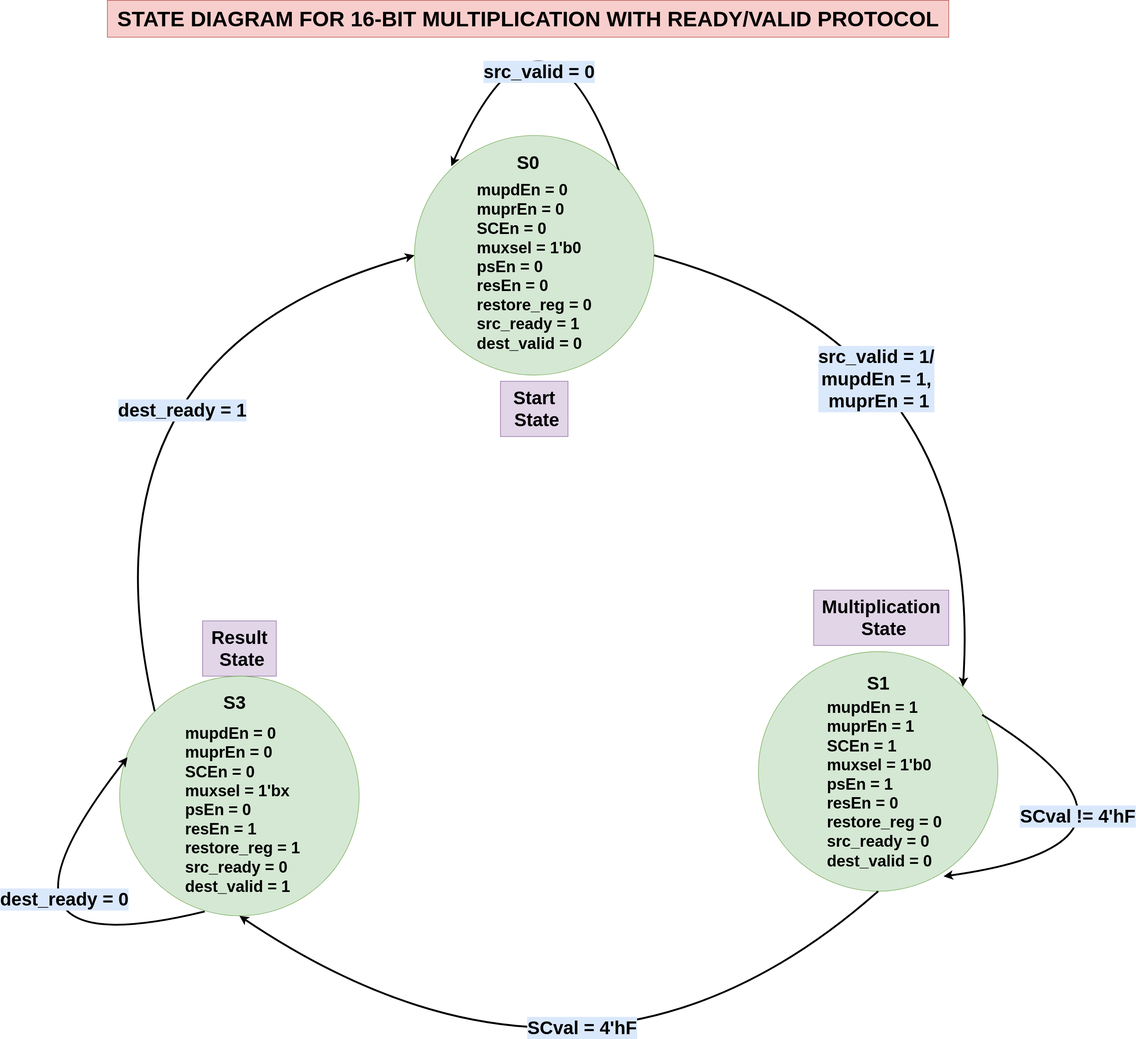
Earlier version of the draw.io export Mujtaba/Multiplier_w_RV_Protocol/docs/state_diagram.drawio.svg (medsuet/Xcelerium-IC-Design-Training). Source tidied: cells renumbered, new cells last; positions are measured from the earlier drawing's top-left corner, leaving out a move shared by most shapes.
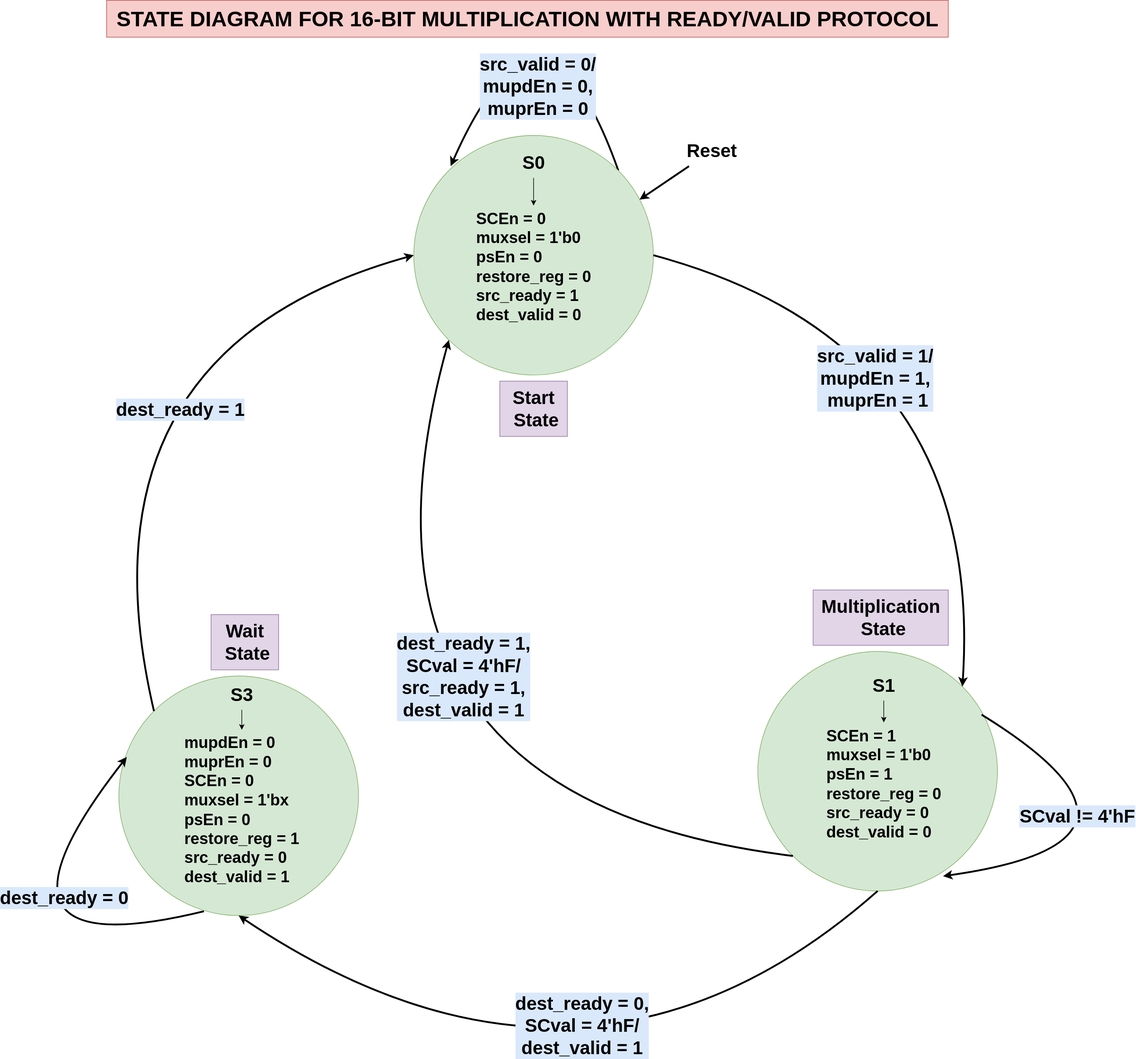
After the commit.

Commit message:
Optimized Code of Multiplier with Ready/Val Protocol

The edit, as a diff of the source:
```diff
@@ -8,10 +8,10 @@
     <mxCell id="3" value="&lt;div style=&quot;font-size: 30px;&quot;&gt;&lt;font style=&quot;font-size: 30px;&quot;&gt;&lt;b&gt;&lt;font style=&quot;font-size: 30px;&quot;&gt;Multiplication&lt;/font&gt;&lt;/b&gt;&lt;/font&gt;&lt;/div&gt;&lt;div style=&quot;font-size: 30px;&quot;&gt;&lt;font style=&quot;font-size: 30px;&quot;&gt;&lt;b&gt;&lt;font style=&quot;font-size: 30px;&quot;&gt;&amp;nbsp;State&lt;/font&gt;&lt;/b&gt;&lt;/font&gt;&lt;/div&gt;" style="text;html=1;align=center;verticalAlign=middle;strokeColor=#9673a6;fillColor=#e1d5e7;" parent="1" vertex="1">
       <mxGeometry x="1390" y="1201" width="220" height="90" as="geometry" />
     </mxCell>
-    <mxCell id="4" value="&lt;div style=&quot;font-size: 30px;&quot;&gt;&lt;font style=&quot;font-size: 30px;&quot;&gt;&lt;b&gt;&lt;font style=&quot;font-size: 30px;&quot;&gt;Result&lt;/font&gt;&lt;/b&gt;&lt;/font&gt;&lt;/div&gt;&lt;div style=&quot;font-size: 30px;&quot;&gt;&lt;font style=&quot;font-size: 30px;&quot;&gt;&lt;b&gt;&lt;font style=&quot;font-size: 30px;&quot;&gt;&amp;nbsp;State&lt;/font&gt;&lt;/b&gt;&lt;/font&gt;&lt;/div&gt;" style="text;html=1;align=center;verticalAlign=middle;strokeColor=#9673a6;fillColor=#e1d5e7;" parent="1" vertex="1">
-      <mxGeometry x="395" y="1251" width="120" height="90" as="geometry" />
+    <mxCell id="4" value="&lt;div style=&quot;font-size: 30px;&quot;&gt;&lt;font style=&quot;font-size: 30px;&quot;&gt;&lt;b&gt;&lt;font style=&quot;font-size: 30px;&quot;&gt;Wait&lt;/font&gt;&lt;/b&gt;&lt;/font&gt;&lt;/div&gt;&lt;div style=&quot;font-size: 30px;&quot;&gt;&lt;font style=&quot;font-size: 30px;&quot;&gt;&lt;b&gt;&lt;font style=&quot;font-size: 30px;&quot;&gt;&amp;nbsp;State&lt;/font&gt;&lt;/b&gt;&lt;/font&gt;&lt;/div&gt;" style="text;html=1;align=center;verticalAlign=middle;strokeColor=#9673a6;fillColor=#e1d5e7;" parent="1" vertex="1">
+      <mxGeometry x="410" y="1241" width="110" height="90" as="geometry" />
     </mxCell>
-    <mxCell id="5" style="rounded=0;jettySize=auto;html=1;exitX=0.5;exitY=0;exitDx=0;exitDy=0;entryX=1;entryY=1;entryDx=0;entryDy=0;curved=1;" parent="1" edge="1" source="x">
+    <mxCell id="5" style="rounded=0;orthogonalLoop=1;jettySize=auto;html=1;exitX=0.5;exitY=0;exitDx=0;exitDy=0;entryX=1;entryY=1;entryDx=0;entryDy=0;curved=1;" parent="1" edge="1">
       <mxGeometry relative="1" as="geometry">
         <mxPoint x="1358.3" y="0.3" as="targetPoint" />
         <Array as="points">
@@ -25,11 +25,14 @@
     <mxCell id="7" style="ellipse;whiteSpace=wrap;html=1;fillColor=#d5e8d4;strokeColor=#82b366;" parent="6" vertex="1">
       <mxGeometry width="390" height="390" as="geometry" />
     </mxCell>
+    <mxCell id="33" style="edgeStyle=orthogonalEdgeStyle;rounded=0;jettySize=auto;html=1;" parent="6" edge="1" source="8" target="9">
+      <mxGeometry relative="1" as="geometry" />
+    </mxCell>
     <mxCell id="8" value="&lt;font size=&quot;1&quot;&gt;&lt;b&gt;&lt;font style=&quot;font-size: 30px;&quot;&gt;S1&lt;/font&gt;&lt;/b&gt;&lt;/font&gt;" style="text;html=1;align=center;verticalAlign=middle;points=[];strokeColor=none;fillColor=none;" parent="6" vertex="1">
-      <mxGeometry x="165" y="26" width="60" height="50" as="geometry" />
+      <mxGeometry x="175" y="30" width="60" height="50" as="geometry" />
     </mxCell>
-    <mxCell id="9" value="&lt;div style=&quot;font-size: 26px;&quot; align=&quot;left&quot;&gt;&lt;font style=&quot;font-size: 26px;&quot;&gt;&lt;b&gt;mupdEn = 1&lt;/b&gt;&lt;br&gt;&lt;/font&gt;&lt;/div&gt;&lt;div style=&quot;font-size: 26px;&quot; align=&quot;left&quot;&gt;&lt;font style=&quot;font-size: 26px;&quot;&gt;&lt;b&gt;muprEn = 1&lt;br&gt;&lt;/b&gt;&lt;/font&gt;&lt;/div&gt;&lt;div style=&quot;font-size: 26px;&quot; align=&quot;left&quot;&gt;&lt;font style=&quot;font-size: 26px;&quot;&gt;&lt;b&gt;SCEn = 1&lt;br&gt;&lt;/b&gt;&lt;/font&gt;&lt;/div&gt;&lt;div style=&quot;font-size: 26px;&quot; align=&quot;left&quot;&gt;&lt;font style=&quot;font-size: 26px;&quot;&gt;&lt;b&gt;muxsel = 1'b0&lt;/b&gt;&lt;br&gt;&lt;/font&gt;&lt;/div&gt;&lt;div style=&quot;font-size: 26px;&quot; align=&quot;left&quot;&gt;&lt;font style=&quot;font-size: 26px;&quot;&gt;&lt;b&gt;psEn = 1&lt;/b&gt;&lt;br&gt;&lt;b&gt;resEn = 0&lt;/b&gt;&lt;br&gt;&lt;b&gt;restore_reg = 0&lt;/b&gt;&lt;br&gt;&lt;b&gt;src_ready = 0&lt;br&gt;&lt;/b&gt;&lt;/font&gt;&lt;/div&gt;&lt;div style=&quot;font-size: 26px;&quot; align=&quot;left&quot;&gt;&lt;font style=&quot;font-size: 26px;&quot;&gt;&lt;b&gt;dest_valid = 0&lt;br&gt;&lt;/b&gt;&lt;/font&gt;&lt;/div&gt;" style="text;html=1;align=center;verticalAlign=middle;points=[];" parent="6" vertex="1">
-      <mxGeometry x="100" y="70.5" width="210" height="290" as="geometry" />
+    <mxCell id="9" value="&lt;div style=&quot;font-size: 26px;&quot; align=&quot;left&quot;&gt;&lt;font style=&quot;font-size: 26px;&quot;&gt;&lt;b&gt;SCEn = 1&lt;br&gt;&lt;/b&gt;&lt;/font&gt;&lt;/div&gt;&lt;div style=&quot;font-size: 26px;&quot; align=&quot;left&quot;&gt;&lt;font style=&quot;font-size: 26px;&quot;&gt;&lt;b&gt;muxsel = 1'b0&lt;/b&gt;&lt;br&gt;&lt;/font&gt;&lt;/div&gt;&lt;div style=&quot;font-size: 26px;&quot; align=&quot;left&quot;&gt;&lt;font style=&quot;font-size: 26px;&quot;&gt;&lt;b&gt;psEn = 1&lt;/b&gt;&lt;br&gt;&lt;b&gt;restore_reg = 0&lt;/b&gt;&lt;br&gt;&lt;b&gt;src_ready = 0&lt;br&gt;&lt;/b&gt;&lt;/font&gt;&lt;/div&gt;&lt;div style=&quot;font-size: 26px;&quot; align=&quot;left&quot;&gt;&lt;font style=&quot;font-size: 26px;&quot;&gt;&lt;b&gt;dest_valid = 0&lt;br&gt;&lt;/b&gt;&lt;/font&gt;&lt;/div&gt;" style="text;html=1;align=center;verticalAlign=middle;points=[];" parent="6" vertex="1">
+      <mxGeometry x="100" y="115.5" width="210" height="200" as="geometry" />
     </mxCell>
     <mxCell id="10" style="rounded=0;orthogonalLoop=1;jettySize=auto;html=1;exitX=0.934;exitY=0.264;exitDx=0;exitDy=0;entryX=0.773;entryY=0.938;entryDx=0;entryDy=0;entryPerimeter=0;strokeColor=default;exitPerimeter=0;curved=1;strokeWidth=3;" parent="6" edge="1" source="7" target="7">
       <mxGeometry relative="1" as="geometry">
@@ -47,11 +50,14 @@
     <mxCell id="13" style="ellipse;whiteSpace=wrap;html=1;fillColor=#d5e8d4;strokeColor=#82b366;" parent="12" vertex="1">
       <mxGeometry width="390" height="390" as="geometry" />
     </mxCell>
-    <mxCell id="14" value="&lt;div style=&quot;font-size: 26px;&quot; align=&quot;left&quot;&gt;&lt;font style=&quot;font-size: 26px;&quot;&gt;&lt;b&gt;mupdEn = 0&lt;/b&gt;&lt;br&gt;&lt;/font&gt;&lt;/div&gt;&lt;div style=&quot;font-size: 26px;&quot; align=&quot;left&quot;&gt;&lt;font style=&quot;font-size: 26px;&quot;&gt;&lt;b&gt;muprEn = 0&lt;/b&gt;&lt;/font&gt;&lt;/div&gt;&lt;div style=&quot;font-size: 26px;&quot; align=&quot;left&quot;&gt;&lt;font style=&quot;font-size: 26px;&quot;&gt;&lt;b&gt;SCEn = 0&lt;/b&gt;&lt;/font&gt;&lt;/div&gt;&lt;div style=&quot;font-size: 26px;&quot; align=&quot;left&quot;&gt;&lt;font style=&quot;font-size: 26px;&quot;&gt;&lt;b&gt;muxsel = 1'bx&lt;/b&gt;&lt;br&gt;&lt;/font&gt;&lt;/div&gt;&lt;div style=&quot;font-size: 26px;&quot; align=&quot;left&quot;&gt;&lt;font style=&quot;font-size: 26px;&quot;&gt;&lt;b&gt;psEn = 0&lt;/b&gt;&lt;br&gt;&lt;b&gt;resEn = 1&lt;/b&gt;&lt;br&gt;&lt;b&gt;restore_reg = 1&lt;/b&gt;&lt;br&gt;&lt;b&gt;src_ready = 0&lt;br&gt;&lt;/b&gt;&lt;/font&gt;&lt;/div&gt;&lt;div style=&quot;font-size: 26px;&quot; align=&quot;left&quot;&gt;&lt;font style=&quot;font-size: 26px;&quot;&gt;&lt;font style=&quot;font-size: 26px;&quot;&gt;&lt;b&gt;dest_valid = 1&lt;/b&gt;&lt;/font&gt;&lt;font style=&quot;font-size: 26px;&quot;&gt;&lt;br&gt;&lt;/font&gt;&lt;/font&gt;&lt;/div&gt;" style="text;html=1;align=center;verticalAlign=middle;points=[];" parent="12" vertex="1">
-      <mxGeometry x="95" y="72.5" width="210" height="290" as="geometry" />
+    <mxCell id="14" value="&lt;div style=&quot;font-size: 26px;&quot; align=&quot;left&quot;&gt;&lt;font style=&quot;font-size: 26px;&quot;&gt;&lt;b&gt;mupdEn = 0&lt;/b&gt;&lt;br&gt;&lt;/font&gt;&lt;/div&gt;&lt;div style=&quot;font-size: 26px;&quot; align=&quot;left&quot;&gt;&lt;font style=&quot;font-size: 26px;&quot;&gt;&lt;b&gt;muprEn = 0&lt;/b&gt;&lt;/font&gt;&lt;/div&gt;&lt;div style=&quot;font-size: 26px;&quot; align=&quot;left&quot;&gt;&lt;font style=&quot;font-size: 26px;&quot;&gt;&lt;b&gt;SCEn = 0&lt;/b&gt;&lt;/font&gt;&lt;/div&gt;&lt;div style=&quot;font-size: 26px;&quot; align=&quot;left&quot;&gt;&lt;font style=&quot;font-size: 26px;&quot;&gt;&lt;b&gt;muxsel = 1'bx&lt;/b&gt;&lt;br&gt;&lt;/font&gt;&lt;/div&gt;&lt;div style=&quot;font-size: 26px;&quot; align=&quot;left&quot;&gt;&lt;font style=&quot;font-size: 26px;&quot;&gt;&lt;b&gt;psEn = 0&lt;/b&gt;&lt;br&gt;&lt;b&gt;restore_reg = 1&lt;/b&gt;&lt;br&gt;&lt;b&gt;src_ready = 0&lt;br&gt;&lt;/b&gt;&lt;/font&gt;&lt;/div&gt;&lt;div style=&quot;font-size: 26px;&quot; align=&quot;left&quot;&gt;&lt;font style=&quot;font-size: 26px;&quot;&gt;&lt;font style=&quot;font-size: 26px;&quot;&gt;&lt;b&gt;dest_valid = 1&lt;/b&gt;&lt;/font&gt;&lt;font style=&quot;font-size: 26px;&quot;&gt;&lt;br&gt;&lt;/font&gt;&lt;/font&gt;&lt;/div&gt;" style="text;html=1;align=center;verticalAlign=middle;points=[];" parent="12" vertex="1">
+      <mxGeometry x="95" y="87.5" width="210" height="260" as="geometry" />
     </mxCell>
+    <mxCell id="34" style="edgeStyle=orthogonalEdgeStyle;rounded=0;jettySize=auto;html=1;" parent="12" edge="1" source="15" target="14">
+      <mxGeometry relative="1" as="geometry" />
+    </mxCell>
     <mxCell id="15" value="&lt;font size=&quot;1&quot;&gt;&lt;b&gt;&lt;font style=&quot;font-size: 30px;&quot;&gt;S3&lt;/font&gt;&lt;/b&gt;&lt;/font&gt;" style="text;html=1;align=center;verticalAlign=middle;points=[];strokeColor=none;fillColor=none;" parent="12" vertex="1">
-      <mxGeometry x="157" y="17.5" width="60" height="50" as="geometry" />
+      <mxGeometry x="170" y="5" width="60" height="50" as="geometry" />
     </mxCell>
     <mxCell id="16" style="rounded=0;orthogonalLoop=1;jettySize=auto;html=1;exitX=0.355;exitY=0.982;exitDx=0;exitDy=0;entryX=0.033;entryY=0.338;entryDx=0;entryDy=0;entryPerimeter=0;curved=1;exitPerimeter=0;strokeWidth=3;" parent="12" edge="1" source="13" target="13">
       <mxGeometry relative="1" as="geometry">
@@ -76,19 +82,22 @@
         </Array>
       </mxGeometry>
     </mxCell>
-    <mxCell id="20" value="&lt;font style=&quot;font-size: 30px;&quot;&gt;&lt;b&gt;src_valid = 0&lt;br&gt;&lt;/b&gt;&lt;/font&gt;" style="edgeLabel;html=1;align=center;verticalAlign=middle;labelBackgroundColor=#DAE8FC;" parent="19" vertex="1">
+    <mxCell id="20" value="&lt;div&gt;&lt;font style=&quot;font-size: 30px;&quot;&gt;&lt;b&gt;src_valid = 0/&lt;/b&gt;&lt;/font&gt;&lt;/div&gt;&lt;div&gt;&lt;font style=&quot;font-size: 30px;&quot;&gt;&lt;b&gt;mupdEn = 0,&lt;/b&gt;&lt;/font&gt;&lt;/div&gt;&lt;div&gt;&lt;font style=&quot;font-size: 30px;&quot;&gt;&lt;b&gt;muprEn = 0&lt;/b&gt;&lt;/font&gt;&lt;/div&gt;" style="edgeLabel;html=1;align=center;verticalAlign=middle;labelBackgroundColor=#DAE8FC;" parent="19" vertex="1">
       <mxGeometry x="-0.44" y="63" relative="1" as="geometry">
-        <mxPoint x="-3" y="12" as="offset" />
+        <mxPoint x="-3" y="38" as="offset" />
       </mxGeometry>
     </mxCell>
     <mxCell id="21" style="ellipse;whiteSpace=wrap;html=1;fillColor=#d5e8d4;strokeColor=#82b366;" parent="18" vertex="1">
       <mxGeometry width="390" height="390" as="geometry" />
     </mxCell>
+    <mxCell id="35" style="edgeStyle=orthogonalEdgeStyle;rounded=0;jettySize=auto;html=1;" parent="18" edge="1" source="22" target="23">
+      <mxGeometry relative="1" as="geometry" />
+    </mxCell>
     <mxCell id="22" value="&lt;font size=&quot;1&quot;&gt;&lt;b&gt;&lt;font style=&quot;font-size: 30px;&quot;&gt;S0&lt;/font&gt;&lt;/b&gt;&lt;/font&gt;" style="text;html=1;align=center;verticalAlign=middle;points=[];strokeColor=none;fillColor=none;" parent="18" vertex="1">
-      <mxGeometry x="155" y="19" width="60" height="50" as="geometry" />
+      <mxGeometry x="165" y="19" width="60" height="50" as="geometry" />
     </mxCell>
-    <mxCell id="23" value="&lt;div style=&quot;font-size: 26px;&quot; align=&quot;left&quot;&gt;&lt;font style=&quot;font-size: 26px;&quot;&gt;&lt;b&gt;mupdEn = 0&lt;/b&gt;&lt;br&gt;&lt;/font&gt;&lt;/div&gt;&lt;div style=&quot;font-size: 26px;&quot; align=&quot;left&quot;&gt;&lt;font style=&quot;font-size: 26px;&quot;&gt;&lt;b&gt;muprEn = 0&lt;br&gt;&lt;/b&gt;&lt;/font&gt;&lt;/div&gt;&lt;div style=&quot;font-size: 26px;&quot; align=&quot;left&quot;&gt;&lt;font style=&quot;font-size: 26px;&quot;&gt;&lt;b&gt;SCEn = 0&lt;/b&gt;&lt;/font&gt;&lt;/div&gt;&lt;div style=&quot;font-size: 26px;&quot; align=&quot;left&quot;&gt;&lt;font style=&quot;font-size: 26px;&quot;&gt;&lt;b&gt;muxsel = 1'b0&lt;/b&gt;&lt;br&gt;&lt;/font&gt;&lt;/div&gt;&lt;div style=&quot;font-size: 26px;&quot; align=&quot;left&quot;&gt;&lt;font style=&quot;font-size: 26px;&quot;&gt;&lt;b&gt;psEn = 0&lt;/b&gt;&lt;br&gt;&lt;b&gt;resEn = 0&lt;/b&gt;&lt;br&gt;&lt;b&gt;restore_reg = 0&lt;/b&gt;&lt;br&gt;&lt;b&gt;src_ready = 1&lt;br&gt;&lt;/b&gt;&lt;/font&gt;&lt;/div&gt;&lt;div style=&quot;font-size: 26px;&quot; align=&quot;left&quot;&gt;&lt;font style=&quot;font-size: 26px;&quot;&gt;&lt;b&gt;dest_valid = 0&lt;/b&gt;&lt;/font&gt;&lt;/div&gt;" style="text;html=1;align=center;verticalAlign=middle;points=[];" parent="18" vertex="1">
-      <mxGeometry x="90" y="69" width="210" height="290" as="geometry" />
+    <mxCell id="23" value="&lt;div style=&quot;font-size: 26px;&quot; align=&quot;left&quot;&gt;&lt;font style=&quot;font-size: 26px;&quot;&gt;&lt;b&gt;SCEn = 0&lt;/b&gt;&lt;/font&gt;&lt;/div&gt;&lt;div style=&quot;font-size: 26px;&quot; align=&quot;left&quot;&gt;&lt;font style=&quot;font-size: 26px;&quot;&gt;&lt;b&gt;muxsel = 1'b0&lt;/b&gt;&lt;br&gt;&lt;/font&gt;&lt;/div&gt;&lt;div style=&quot;font-size: 26px;&quot; align=&quot;left&quot;&gt;&lt;font style=&quot;font-size: 26px;&quot;&gt;&lt;b&gt;psEn = 0&lt;/b&gt;&lt;br&gt;&lt;b&gt;restore_reg = 0&lt;/b&gt;&lt;br&gt;&lt;b&gt;src_ready = 1&lt;br&gt;&lt;/b&gt;&lt;/font&gt;&lt;/div&gt;&lt;div style=&quot;font-size: 26px;&quot; align=&quot;left&quot;&gt;&lt;font style=&quot;font-size: 26px;&quot;&gt;&lt;b&gt;dest_valid = 0&lt;/b&gt;&lt;/font&gt;&lt;/div&gt;" style="text;html=1;align=center;verticalAlign=middle;points=[];" parent="18" vertex="1">
+      <mxGeometry x="90" y="114" width="210" height="200" as="geometry" />
     </mxCell>
     <mxCell id="24" style="rounded=0;jettySize=auto;html=1;exitX=1;exitY=0.5;exitDx=0;exitDy=0;entryX=1;entryY=0;entryDx=0;entryDy=0;strokeColor=default;curved=1;strokeWidth=3;" parent="1" edge="1" source="21" target="7">
       <mxGeometry relative="1" as="geometry">
@@ -109,7 +118,7 @@
         </Array>
       </mxGeometry>
     </mxCell>
-    <mxCell id="27" value="&lt;font style=&quot;font-size: 30px;&quot;&gt;&lt;b style=&quot;&quot;&gt;SCval = 4'hF&lt;/b&gt;&lt;b&gt;&lt;br&gt;&lt;/b&gt;&lt;/font&gt;" style="edgeLabel;html=1;align=center;verticalAlign=middle;labelBackgroundColor=#DAE8FC;" parent="26" vertex="1">
+    <mxCell id="27" value="&lt;div&gt;&lt;font style=&quot;font-size: 30px;&quot;&gt;&lt;b style=&quot;&quot;&gt;dest_ready = 0,&lt;/b&gt;&lt;/font&gt;&lt;/div&gt;&lt;div&gt;&lt;font style=&quot;font-size: 30px;&quot;&gt;&lt;b style=&quot;&quot;&gt;SCval = 4'hF/&lt;/b&gt;&lt;/font&gt;&lt;/div&gt;&lt;div&gt;&lt;font style=&quot;font-size: 30px;&quot;&gt;&lt;b style=&quot;&quot;&gt;dest_valid = 1&lt;br&gt;&lt;/b&gt;&lt;/font&gt;&lt;/div&gt;" style="edgeLabel;html=1;align=center;verticalAlign=middle;labelBackgroundColor=#DAE8FC;" parent="26" vertex="1">
       <mxGeometry x="-0.24" y="-144" relative="1" as="geometry">
         <mxPoint x="-11" y="-6" as="offset" />
       </mxGeometry>
@@ -135,5 +144,21 @@
     <mxCell id="32" value="&lt;font style=&quot;font-size: 35px;&quot;&gt;&lt;b&gt;&lt;font style=&quot;font-size: 35px;&quot;&gt;STATE DIAGRAM FOR 16-BIT MULTIPLICATION WITH READY/VALID PROTOCOL&lt;br&gt;&lt;/font&gt;&lt;/b&gt;&lt;/font&gt;" style="text;html=1;align=center;verticalAlign=middle;points=[];strokeColor=#b85450;fillColor=#f8cecc;" parent="1" vertex="1">
       <mxGeometry x="240" y="241" width="1370" height="60" as="geometry" />
     </mxCell>
+    <mxCell id="36" style="rounded=0;jettySize=auto;html=1;exitX=0;exitY=1;exitDx=0;exitDy=0;entryX=0;entryY=1;entryDx=0;entryDy=0;curved=1;strokeWidth=3;" parent="1" edge="1" source="7" target="21">
+      <mxGeometry relative="1" as="geometry">
+        <Array as="points">
+          <mxPoint x="590" y="1541" />
+        </Array>
+      </mxGeometry>
+    </mxCell>
+    <mxCell id="37" value="&lt;div&gt;&lt;font size=&quot;1&quot;&gt;&lt;b style=&quot;font-size: 30px;&quot;&gt;dest_ready = 1,&lt;/b&gt;&lt;/font&gt;&lt;/div&gt;&lt;div&gt;&lt;font size=&quot;1&quot;&gt;&lt;b style=&quot;font-size: 30px;&quot;&gt;SCval = 4'hF/&lt;/b&gt;&lt;/font&gt;&lt;/div&gt;&lt;div&gt;&lt;font size=&quot;1&quot;&gt;&lt;b style=&quot;font-size: 30px;&quot;&gt;src_ready = 1,&lt;/b&gt;&lt;/font&gt;&lt;/div&gt;&lt;div&gt;&lt;font size=&quot;1&quot;&gt;&lt;b style=&quot;font-size: 30px;&quot;&gt;dest_valid = 1&lt;br&gt;&lt;/b&gt;&lt;/font&gt;&lt;/div&gt;" style="edgeLabel;html=1;align=center;verticalAlign=middle;labelBackgroundColor=#DAE8FC;" parent="1" vertex="1">
+      <mxGeometry x="820" y="1341" as="geometry" />
+    </mxCell>
+    <mxCell id="38" value="&lt;div&gt;&lt;b&gt;&lt;font style=&quot;font-size: 30px;&quot;&gt;Reset&lt;/font&gt;&lt;/b&gt;&lt;/div&gt;" style="text;html=1;align=center;verticalAlign=middle;points=[];strokeColor=none;fillColor=none;" parent="1" vertex="1">
+      <mxGeometry x="1170" y="461" width="110" height="50" as="geometry" />
+    </mxCell>
+    <mxCell id="39" style="rounded=0;jettySize=auto;html=1;entryX=0.942;entryY=0.268;entryDx=0;entryDy=0;entryPerimeter=0;strokeWidth=3;" parent="1" edge="1" source="38" target="21">
+      <mxGeometry relative="1" as="geometry" />
+    </mxCell>
   </root>
 </mxGraphModel>
```
